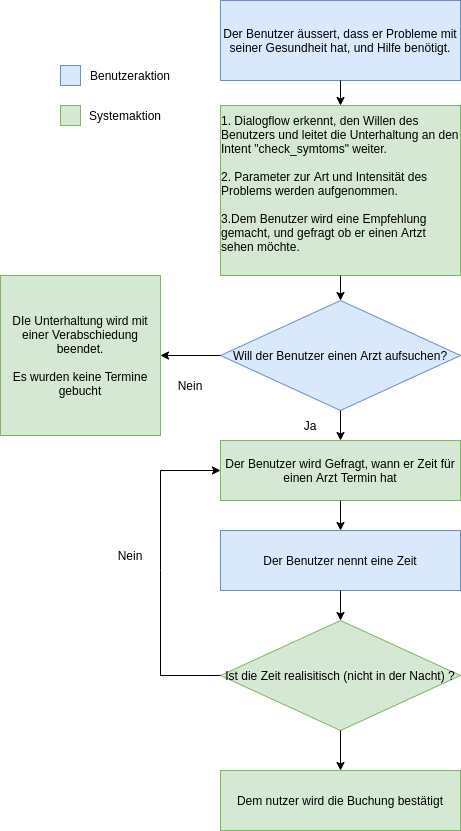
Above: documentation/ressources/backendOverview.png in jason-benz/OST_AIFo-Medical-Assistant (draw.io), before the change. Source tidied: cells renumbered, new cells last; positions are measured from the earlier drawing's top-left corner, leaving out a move shared by most shapes.
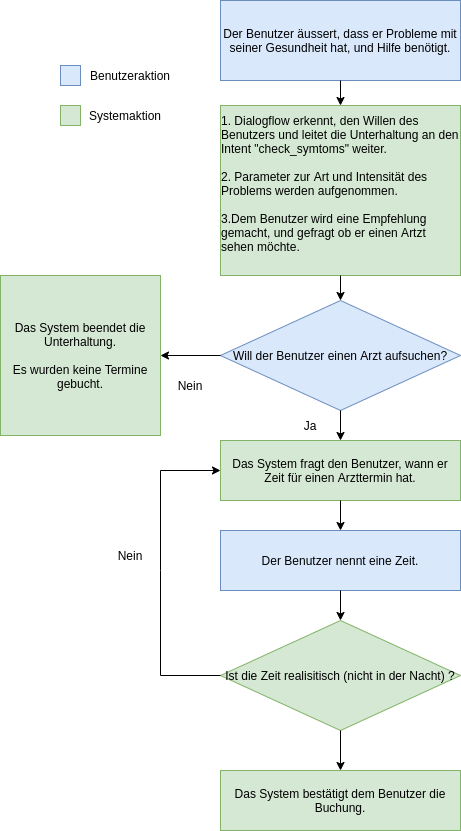
Later version of the same file.

The edit, as a diff of the source:
```diff
@@ -14,7 +14,7 @@
     <mxCell id="5" style="endArrow=classic;html=1;rounded=0;exitX=0;exitY=0.5;exitDx=0;exitDy=0;" parent="1" edge="1" source="4" target="6">
       <mxGeometry relative="1" as="geometry" />
     </mxCell>
-    <mxCell id="6" value="DIe Unterhaltung wird mit einer Verabschiedung beendet.&lt;br&gt;&lt;br&gt;Es wurden keine Termine gebucht" style="whiteSpace=wrap;html=1;align=center;fillColor=#d5e8d4;strokeColor=#82b366;" parent="1" vertex="1">
+    <mxCell id="6" value="Das System beendet die Unterhaltung.&lt;br&gt;&lt;br&gt;Es wurden keine Termine gebucht." style="whiteSpace=wrap;html=1;align=center;fillColor=#d5e8d4;strokeColor=#82b366;" parent="1" vertex="1">
       <mxGeometry y="275" width="160" height="160" as="geometry" />
     </mxCell>
     <mxCell id="7" style="endArrow=classic;html=1;rounded=0;entryX=0.5;entryY=0;entryDx=0;entryDy=0;exitX=0.5;exitY=1;exitDx=0;exitDy=0;" parent="1" edge="1" source="3" target="4">
@@ -26,13 +26,13 @@
     <mxCell id="9" value="Nein" style="text;html=1;strokeColor=none;fillColor=none;align=center;verticalAlign=middle;whiteSpace=wrap;rounded=0;" parent="1" vertex="1">
       <mxGeometry x="160" y="370" width="60" height="30" as="geometry" />
     </mxCell>
-    <mxCell id="10" value="Der Benutzer wird Gefragt, wann er Zeit für einen Arzt Termin hat" style="rounded=0;whiteSpace=wrap;html=1;align=center;fillColor=#d5e8d4;strokeColor=#82b366;" parent="1" vertex="1">
+    <mxCell id="10" value="Das System fragt den Benutzer, wann er Zeit für einen Arzttermin hat." style="rounded=0;whiteSpace=wrap;html=1;align=center;fillColor=#d5e8d4;strokeColor=#82b366;" parent="1" vertex="1">
       <mxGeometry x="220" y="440" width="240" height="60" as="geometry" />
     </mxCell>
     <mxCell id="11" style="endArrow=classic;html=1;rounded=0;exitX=0.5;exitY=1;exitDx=0;exitDy=0;entryX=0.5;entryY=0;entryDx=0;entryDy=0;" parent="1" edge="1" source="4" target="10">
       <mxGeometry relative="1" as="geometry" />
     </mxCell>
-    <mxCell id="12" value="Der Benutzer nennt eine Zeit" style="rounded=0;whiteSpace=wrap;html=1;align=center;fillColor=#dae8fc;strokeColor=#6c8ebf;" parent="1" vertex="1">
+    <mxCell id="12" value="Der Benutzer nennt eine Zeit." style="rounded=0;whiteSpace=wrap;html=1;align=center;fillColor=#dae8fc;strokeColor=#6c8ebf;" parent="1" vertex="1">
       <mxGeometry x="220" y="530" width="240" height="60" as="geometry" />
     </mxCell>
     <mxCell id="13" value="Ja" style="text;html=1;strokeColor=none;fillColor=none;align=center;verticalAlign=middle;whiteSpace=wrap;rounded=0;" parent="1" vertex="1">
@@ -59,7 +59,7 @@
     <mxCell id="18" value="Nein" style="text;html=1;strokeColor=none;fillColor=none;align=center;verticalAlign=middle;whiteSpace=wrap;rounded=0;" parent="1" vertex="1">
       <mxGeometry x="100" y="540" width="60" height="30" as="geometry" />
     </mxCell>
-    <mxCell id="19" value="Dem nutzer wird die Buchung bestätigt" style="rounded=0;whiteSpace=wrap;html=1;align=center;fillColor=#d5e8d4;strokeColor=#82b366;" parent="1" vertex="1">
+    <mxCell id="19" value="Das System bestätigt dem Benutzer die Buchung." style="rounded=0;whiteSpace=wrap;html=1;align=center;fillColor=#d5e8d4;strokeColor=#82b366;" parent="1" vertex="1">
       <mxGeometry x="220" y="770" width="240" height="60" as="geometry" />
     </mxCell>
     <mxCell id="20" style="endArrow=classic;html=1;rounded=0;exitX=0.5;exitY=1;exitDx=0;exitDy=0;entryX=0.5;entryY=0;entryDx=0;entryDy=0;" parent="1" edge="1" source="15" target="19">
```
